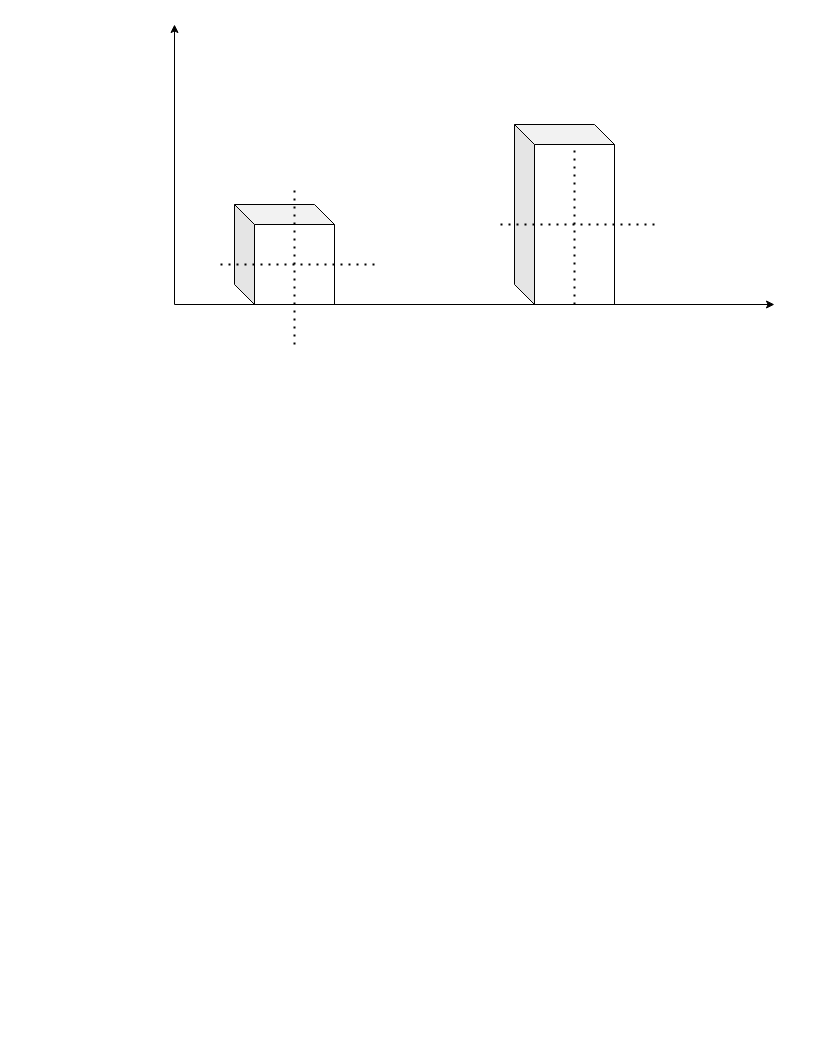
Above: terrain-collision-shape.drawio in devent/dwarf-hustle-design (draw.io), before the change. Source tidied: cells renumbered, new cells numbered last; positions are measured from the earlier drawing's top-left corner, leaving out a move shared by most shapes. Both pictures are drawn from the tidied source at 100%, with x=0, y=0 at pixel (174, 24).
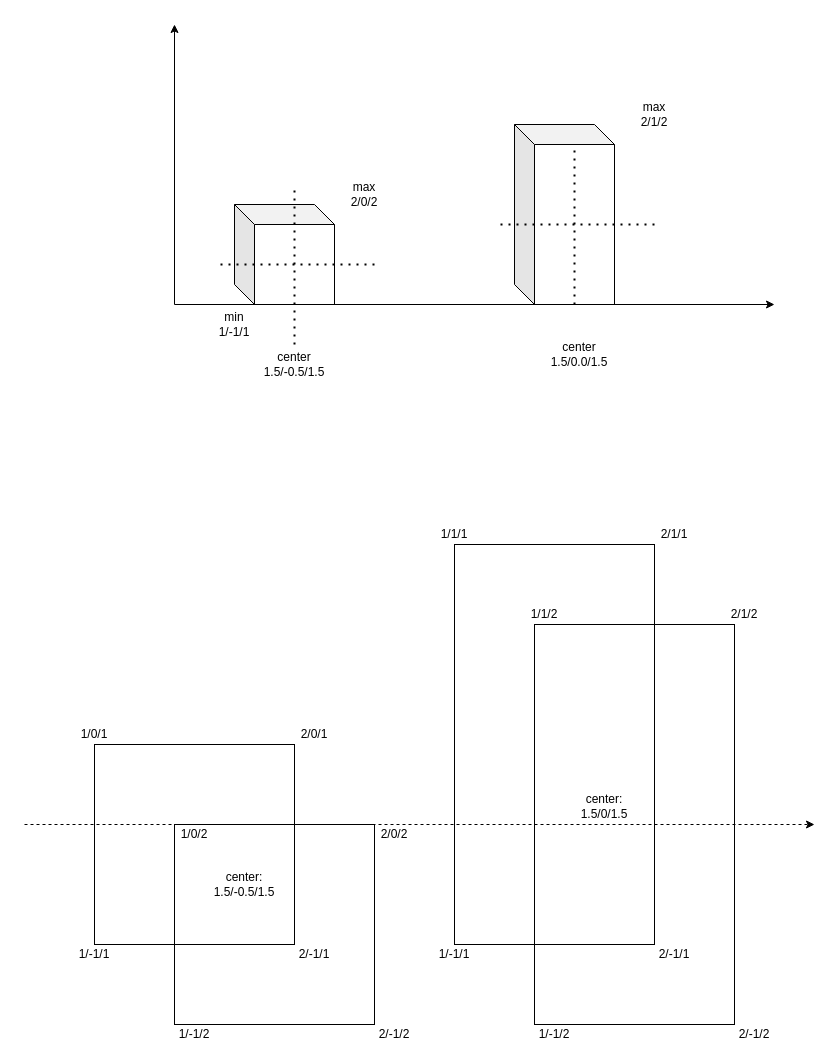
The same diagram, later.

Change to the diagram source:
```diff
@@
+    <mxCell id="10" style="rounded=0;whiteSpace=wrap;html=1;fillColor=none;" parent="1" vertex="1">
+      <mxGeometry x="280" y="520" width="200" height="400" as="geometry" />
+    </mxCell>
@@
+    <mxCell id="11" value="&lt;div&gt;min&lt;/div&gt;&lt;div&gt;1/-1/1&lt;br&gt;&lt;/div&gt;" style="text;html=1;strokeColor=none;fillColor=none;align=center;verticalAlign=middle;whiteSpace=wrap;rounded=0;" parent="1" vertex="1">
+      <mxGeometry x="40" y="290" width="40" height="20" as="geometry" />
+    </mxCell>
+    <mxCell id="12" value="&lt;div&gt;max&lt;/div&gt;&lt;div&gt;2/0/2&lt;br&gt;&lt;/div&gt;" style="text;html=1;strokeColor=none;fillColor=none;align=center;verticalAlign=middle;whiteSpace=wrap;rounded=0;" parent="1" vertex="1">
+      <mxGeometry x="170" y="160" width="40" height="20" as="geometry" />
+    </mxCell>
+    <mxCell id="13" value="center&lt;div&gt;1.5/-0.5/1.5&lt;br&gt;&lt;/div&gt;" style="text;html=1;strokeColor=none;fillColor=none;align=center;verticalAlign=middle;whiteSpace=wrap;rounded=0;" parent="1" vertex="1">
+      <mxGeometry x="100" y="330" width="40" height="20" as="geometry" />
+    </mxCell>
+    <mxCell id="14" value="&lt;div&gt;max&lt;/div&gt;&lt;div&gt;2/1/2&lt;br&gt;&lt;/div&gt;" style="text;html=1;strokeColor=none;fillColor=none;align=center;verticalAlign=middle;whiteSpace=wrap;rounded=0;" parent="1" vertex="1">
+      <mxGeometry x="460" y="80" width="40" height="20" as="geometry" />
+    </mxCell>
+    <mxCell id="15" value="center&lt;div&gt;1.5/0.0/1.5&lt;br&gt;&lt;/div&gt;" style="text;html=1;strokeColor=none;fillColor=none;align=center;verticalAlign=middle;whiteSpace=wrap;rounded=0;" parent="1" vertex="1">
+      <mxGeometry x="385" y="320" width="40" height="20" as="geometry" />
+    </mxCell>
+    <mxCell id="16" style="whiteSpace=wrap;html=1;fillColor=none;" parent="1" vertex="1">
+      <mxGeometry y="800" width="200" height="200" as="geometry" />
+    </mxCell>
+    <mxCell id="17" style="whiteSpace=wrap;html=1;fillColor=none;" parent="1" vertex="1">
+      <mxGeometry x="-80" y="720" width="200" height="200" as="geometry" />
+    </mxCell>
+    <mxCell id="18" value="1/0/1" style="text;html=1;strokeColor=none;fillColor=none;align=center;verticalAlign=middle;whiteSpace=wrap;rounded=0;" parent="1" vertex="1">
+      <mxGeometry x="-100" y="700" width="40" height="20" as="geometry" />
+    </mxCell>
+    <mxCell id="19" value="1/0/2" style="text;html=1;strokeColor=none;fillColor=none;align=center;verticalAlign=middle;whiteSpace=wrap;rounded=0;" parent="1" vertex="1">
+      <mxGeometry y="800" width="40" height="20" as="geometry" />
+    </mxCell>
+    <mxCell id="20" value="2/0/2" style="text;html=1;strokeColor=none;fillColor=none;align=center;verticalAlign=middle;whiteSpace=wrap;rounded=0;" parent="1" vertex="1">
+      <mxGeometry x="200" y="800" width="40" height="20" as="geometry" />
+    </mxCell>
+    <mxCell id="21" value="2/0/1" style="text;html=1;strokeColor=none;fillColor=none;align=center;verticalAlign=middle;whiteSpace=wrap;rounded=0;" parent="1" vertex="1">
+      <mxGeometry x="120" y="700" width="40" height="20" as="geometry" />
+    </mxCell>
+    <mxCell id="22" value="1/-1/1" style="text;html=1;strokeColor=none;fillColor=none;align=center;verticalAlign=middle;whiteSpace=wrap;rounded=0;" parent="1" vertex="1">
+      <mxGeometry x="-100" y="920" width="40" height="20" as="geometry" />
+    </mxCell>
+    <mxCell id="23" value="2/-1/1" style="text;html=1;strokeColor=none;fillColor=none;align=center;verticalAlign=middle;whiteSpace=wrap;rounded=0;" parent="1" vertex="1">
+      <mxGeometry x="120" y="920" width="40" height="20" as="geometry" />
+    </mxCell>
+    <mxCell id="24" value="1/-1/2" style="text;html=1;strokeColor=none;fillColor=none;align=center;verticalAlign=middle;whiteSpace=wrap;rounded=0;" parent="1" vertex="1">
+      <mxGeometry y="1000" width="40" height="20" as="geometry" />
+    </mxCell>
+    <mxCell id="25" value="2/-1/2" style="text;html=1;strokeColor=none;fillColor=none;align=center;verticalAlign=middle;whiteSpace=wrap;rounded=0;" parent="1" vertex="1">
+      <mxGeometry x="200" y="1000" width="40" height="20" as="geometry" />
+    </mxCell>
+    <mxCell id="26" value="&lt;div&gt;center:&lt;/div&gt;&lt;div&gt;1.5/-0.5/1.5&lt;br&gt;&lt;/div&gt;" style="text;html=1;strokeColor=none;fillColor=none;align=center;verticalAlign=middle;whiteSpace=wrap;rounded=0;" parent="1" vertex="1">
+      <mxGeometry x="50" y="850" width="40" height="20" as="geometry" />
+    </mxCell>
+    <mxCell id="27" value="1/1/1" style="text;html=1;strokeColor=none;fillColor=none;align=center;verticalAlign=middle;whiteSpace=wrap;rounded=0;" parent="1" vertex="1">
+      <mxGeometry x="260" y="500" width="40" height="20" as="geometry" />
+    </mxCell>
+    <mxCell id="28" value="1/1/2" style="text;html=1;strokeColor=none;fillColor=none;align=center;verticalAlign=middle;whiteSpace=wrap;rounded=0;" parent="1" vertex="1">
+      <mxGeometry x="350" y="580" width="40" height="20" as="geometry" />
+    </mxCell>
+    <mxCell id="29" value="2/1/2" style="text;html=1;strokeColor=none;fillColor=none;align=center;verticalAlign=middle;whiteSpace=wrap;rounded=0;" parent="1" vertex="1">
+      <mxGeometry x="550" y="580" width="40" height="20" as="geometry" />
+    </mxCell>
+    <mxCell id="30" value="2/1/1" style="text;html=1;strokeColor=none;fillColor=none;align=center;verticalAlign=middle;whiteSpace=wrap;rounded=0;" parent="1" vertex="1">
+      <mxGeometry x="480" y="500" width="40" height="20" as="geometry" />
+    </mxCell>
+    <mxCell id="31" value="1/-1/1" style="text;html=1;strokeColor=none;fillColor=none;align=center;verticalAlign=middle;whiteSpace=wrap;rounded=0;" parent="1" vertex="1">
+      <mxGeometry x="260" y="920" width="40" height="20" as="geometry" />
+    </mxCell>
+    <mxCell id="32" value="2/-1/1" style="text;html=1;strokeColor=none;fillColor=none;align=center;verticalAlign=middle;whiteSpace=wrap;rounded=0;" parent="1" vertex="1">
+      <mxGeometry x="480" y="920" width="40" height="20" as="geometry" />
+    </mxCell>
+    <mxCell id="33" value="1/-1/2" style="text;html=1;strokeColor=none;fillColor=none;align=center;verticalAlign=middle;whiteSpace=wrap;rounded=0;" parent="1" vertex="1">
+      <mxGeometry x="360" y="1000" width="40" height="20" as="geometry" />
+    </mxCell>
+    <mxCell id="34" value="2/-1/2" style="text;html=1;strokeColor=none;fillColor=none;align=center;verticalAlign=middle;whiteSpace=wrap;rounded=0;" parent="1" vertex="1">
+      <mxGeometry x="560" y="1000" width="40" height="20" as="geometry" />
+    </mxCell>
+    <mxCell id="35" value="&lt;div&gt;center:&lt;/div&gt;&lt;div&gt;1.5/0/1.5&lt;br&gt;&lt;/div&gt;" style="text;html=1;strokeColor=none;fillColor=none;align=center;verticalAlign=middle;whiteSpace=wrap;rounded=0;" parent="1" vertex="1">
+      <mxGeometry x="410" y="772" width="40" height="20" as="geometry" />
+    </mxCell>
+    <mxCell id="36" style="rounded=0;whiteSpace=wrap;html=1;fillColor=none;" parent="1" vertex="1">
+      <mxGeometry x="360" y="600" width="200" height="400" as="geometry" />
+    </mxCell>
+    <mxCell id="37" style="endArrow=classic;html=1;dashed=1;" parent="1" edge="1">
+      <mxGeometry relative="1" as="geometry">
+        <mxPoint x="-150" y="800" as="sourcePoint" />
+        <mxPoint x="640" y="800" as="targetPoint" />
+      </mxGeometry>
+    </mxCell>
```
